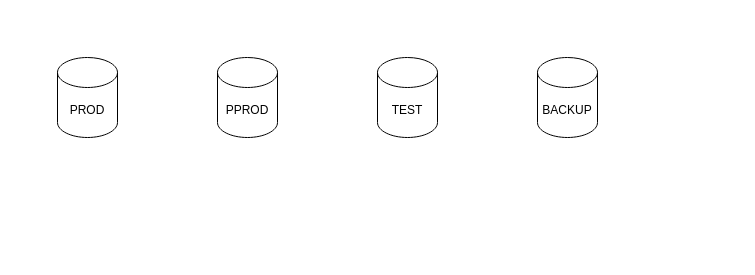
The draw.io diagram ARCHITECTURE/Diagramme sans nom.drawio in letroglo/TROGLO, before the edit. Source tidied: cells renumbered, new cells numbered last; positions are measured from the earlier drawing's top-left corner, leaving out a move shared by most shapes. Both pictures are drawn from the tidied source at 100%, with x=0, y=0 at pixel (57, 57).
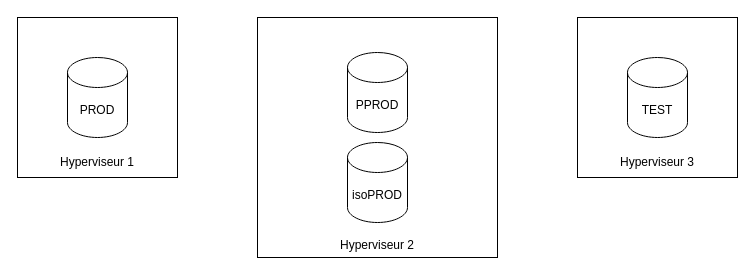
Above is the later version.

Commit message:
Vision serveur

Diff of the diagram source:
```diff
@@
 <mxGraphModel>
   <root>
     <mxCell id="0" />
     <mxCell id="1" parent="0" />
-    <mxCell id="2" value="PROD" style="shape=cylinder3;whiteSpace=wrap;html=1;boundedLbl=1;backgroundOutline=1;size=15;" parent="1" vertex="1">
-      <mxGeometry width="60" height="80" as="geometry" />
-    </mxCell>
+    <mxCell id="6" value="&lt;br&gt;&lt;br&gt;&lt;br&gt;&lt;br&gt;&lt;br&gt;&lt;br&gt;&lt;br&gt;&lt;br&gt;&lt;br&gt;&lt;br&gt;&lt;br&gt;&lt;br&gt;&lt;br&gt;&lt;br&gt;&lt;br&gt;Hyperviseur 2" style="whiteSpace=wrap;html=1;" parent="1" vertex="1">
+      <mxGeometry x="200" y="-40" width="240" height="240" as="geometry" />
+    </mxCell>
+    <mxCell id="7" value="&lt;br&gt;&lt;br&gt;&lt;br&gt;&lt;br&gt;&lt;br&gt;&lt;br&gt;&lt;br&gt;&lt;br&gt;&lt;br&gt;Hyperviseur 3" style="whiteSpace=wrap;html=1;" parent="1" vertex="1">
+      <mxGeometry x="520" y="-40" width="160" height="160" as="geometry" />
+    </mxCell>
     <mxCell id="3" value="TEST" style="shape=cylinder3;whiteSpace=wrap;html=1;boundedLbl=1;backgroundOutline=1;size=15;" parent="1" vertex="1">
-      <mxGeometry x="320" width="60" height="80" as="geometry" />
+      <mxGeometry x="570" width="60" height="80" as="geometry" />
     </mxCell>
     <mxCell id="4" value="PPROD" style="shape=cylinder3;whiteSpace=wrap;html=1;boundedLbl=1;backgroundOutline=1;size=15;" parent="1" vertex="1">
-      <mxGeometry x="160" width="60" height="80" as="geometry" />
+      <mxGeometry x="290" y="-5" width="60" height="80" as="geometry" />
     </mxCell>
-    <mxCell id="5" value="BACKUP" style="shape=cylinder3;whiteSpace=wrap;html=1;boundedLbl=1;backgroundOutline=1;size=15;" parent="1" vertex="1">
-      <mxGeometry x="480" width="60" height="80" as="geometry" />
-    </mxCell>
+    <mxCell id="8" value="isoPROD" style="shape=cylinder3;whiteSpace=wrap;html=1;boundedLbl=1;backgroundOutline=1;size=15;" parent="1" vertex="1">
+      <mxGeometry x="290" y="85" width="60" height="80" as="geometry" />
+    </mxCell>
+    <mxCell id="9" value="&lt;br&gt;&lt;br&gt;&lt;br&gt;&lt;br&gt;&lt;br&gt;&lt;br&gt;&lt;br&gt;&lt;br&gt;&lt;br&gt;Hyperviseur 1" style="whiteSpace=wrap;html=1;" parent="1" vertex="1">
+      <mxGeometry x="-40" y="-40" width="160" height="160" as="geometry" />
+    </mxCell>
+    <mxCell id="2" value="PROD" style="shape=cylinder3;whiteSpace=wrap;html=1;boundedLbl=1;backgroundOutline=1;size=15;" parent="1" vertex="1">
+      <mxGeometry x="10" width="60" height="80" as="geometry" />
+    </mxCell>
   </root>
 </mxGraphModel>
```
